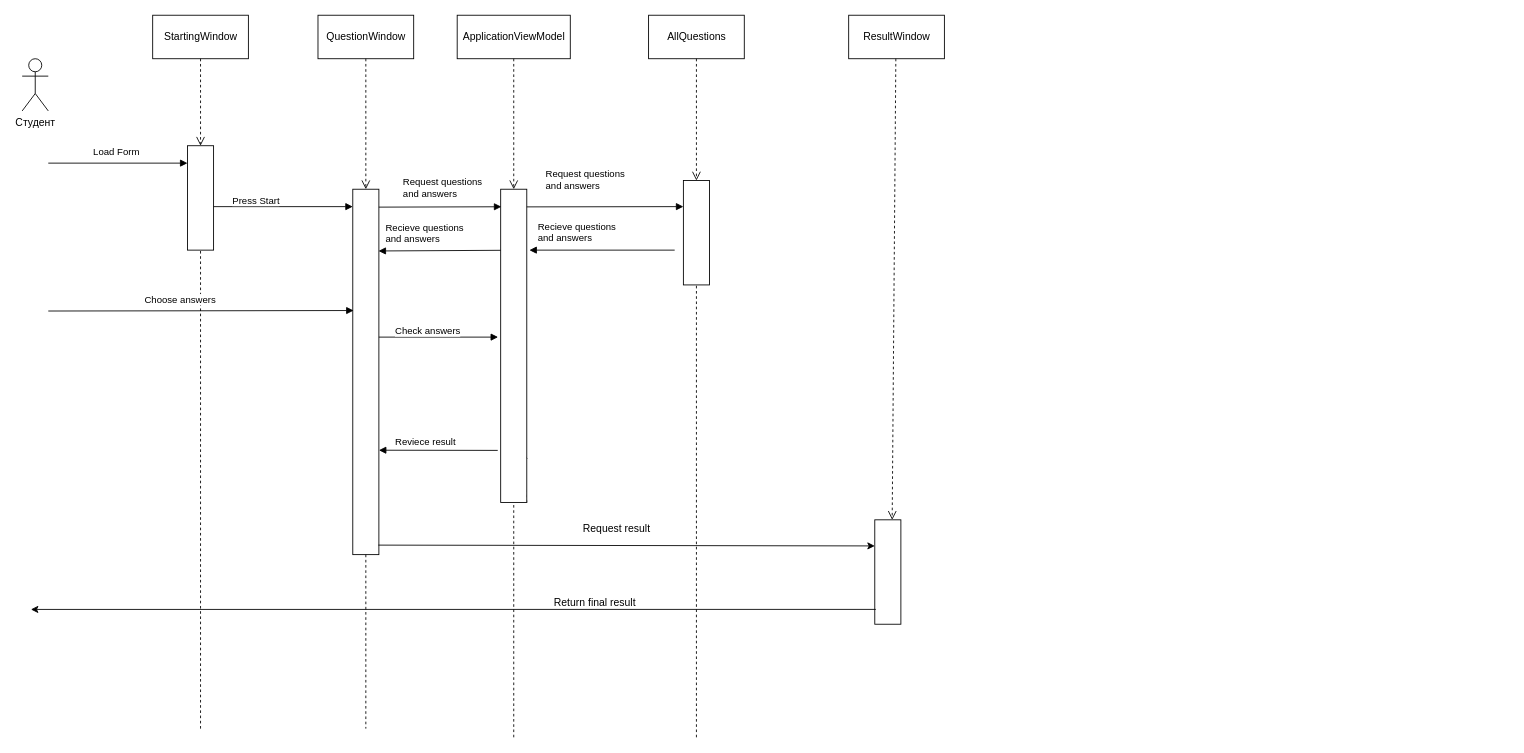
Earlier version of the draw.io diagram sequenceDiagramWPF.drawio (Vladoffz/MMTSD). Source tidied: cells renumbered, new cells numbered last; positions are measured from the earlier drawing's top-left corner, leaving out a move shared by most shapes. Both pictures are drawn from the tidied source at 87%, with x=0, y=0 at pixel (22, 15).
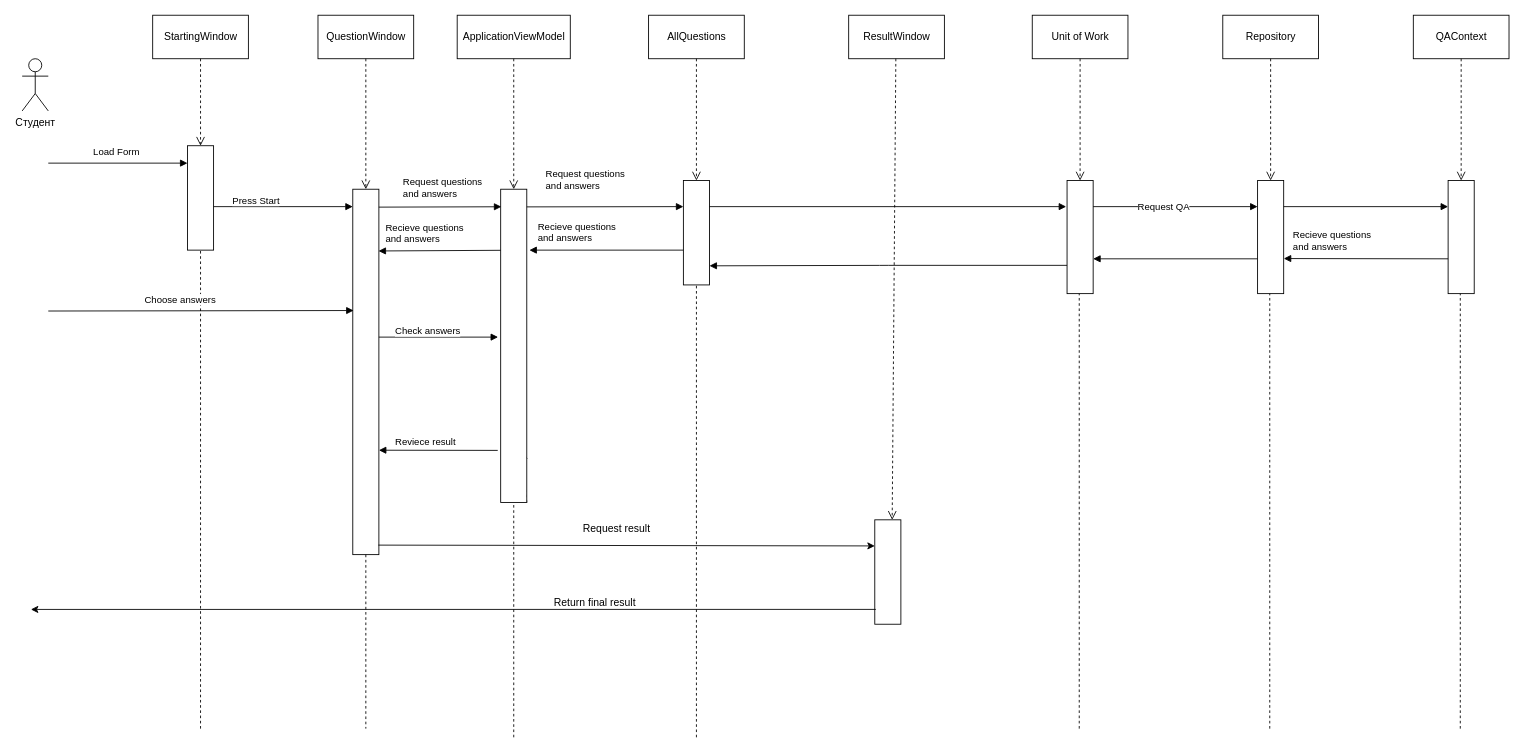
The same diagram, later.

The change refers to these unchanged cells:
```xml
<mxCell id="17" style="html=1;" parent="1" vertex="1">
  <mxGeometry x="760" y="190" width="30" height="120" as="geometry" />
</mxCell>
```

Change to the diagram source:
```diff
@@
     <mxCell id="25" value="Recieve questions&lt;br&gt;and answers" style="endArrow=block;endFill=1;html=1;align=left;verticalAlign=top;" parent="1" edge="1">
       <mxGeometry x="0.92" y="-40" relative="1" as="geometry">
-        <mxPoint x="750" y="270" as="sourcePoint" />
+        <mxPoint x="760" y="270" as="sourcePoint" />
         <mxPoint x="583" y="270" as="targetPoint" />
         <mxPoint x="1" as="offset" />
       </mxGeometry>
     </mxCell>
@@
+    <mxCell id="45" value="Unit of Work" style="html=1;" parent="1" vertex="1">
+      <mxGeometry x="1161" width="110" height="50" as="geometry" />
+    </mxCell>
+    <mxCell id="46" style="endArrow=block;endFill=1;html=1;edgeStyle=orthogonalEdgeStyle;align=left;verticalAlign=top;" parent="1" edge="1">
+      <mxGeometry x="-0.38" y="26" relative="1" as="geometry">
+        <mxPoint x="790" y="220" as="sourcePoint" />
+        <mxPoint x="1200" y="220" as="targetPoint" />
+      </mxGeometry>
+    </mxCell>
+    <mxCell id="47" style="html=1;align=left;verticalAlign=bottom;labelBackgroundColor=#ffffff;fontSize=10;" parent="46" vertex="1">
+      <mxGeometry x="-1" relative="1" as="geometry" />
+    </mxCell>
+    <mxCell id="48" style="html=1;" parent="1" vertex="1">
+      <mxGeometry x="1201" y="190" width="30" height="130" as="geometry" />
+    </mxCell>
+    <mxCell id="49" style="html=1;verticalAlign=bottom;endArrow=open;dashed=1;endSize=8;" parent="1" edge="1" source="45" target="48">
+      <mxGeometry relative="1" as="geometry" />
+    </mxCell>
+    <mxCell id="50" style="html=1;align=left;verticalAlign=bottom;labelBackgroundColor=#ffffff;fontSize=10;" parent="1" vertex="1">
+      <mxGeometry x="1233.3" y="169.1" as="geometry" />
+    </mxCell>
+    <mxCell id="51" value="Repository" style="html=1;" parent="1" vertex="1">
+      <mxGeometry x="1380" width="110" height="50" as="geometry" />
+    </mxCell>
+    <mxCell id="52" style="html=1;" parent="1" vertex="1">
+      <mxGeometry x="1420" y="190" width="30" height="130" as="geometry" />
+    </mxCell>
+    <mxCell id="53" style="html=1;verticalAlign=bottom;endArrow=open;dashed=1;endSize=8;" parent="1" edge="1" source="51" target="52">
+      <mxGeometry relative="1" as="geometry" />
+    </mxCell>
+    <mxCell id="54" style="html=1;align=left;verticalAlign=bottom;labelBackgroundColor=#ffffff;fontSize=10;" parent="1" vertex="1">
+      <mxGeometry x="1452.3" y="169.1" as="geometry" />
+    </mxCell>
+    <mxCell id="55" style="endArrow=block;endFill=1;html=1;edgeStyle=orthogonalEdgeStyle;align=left;verticalAlign=top;" parent="1" edge="1">
+      <mxGeometry x="-0.38" y="26" relative="1" as="geometry">
+        <mxPoint x="1231" y="220" as="sourcePoint" />
+        <mxPoint x="1420" y="220" as="targetPoint" />
+      </mxGeometry>
+    </mxCell>
+    <mxCell id="56" style="html=1;align=left;verticalAlign=bottom;labelBackgroundColor=#ffffff;fontSize=10;" parent="55" vertex="1">
+      <mxGeometry x="-1" relative="1" as="geometry" />
+    </mxCell>
+    <mxCell id="57" value="Request QA" style="edgeLabel;html=1;align=center;verticalAlign=middle;" parent="55" vertex="1">
+      <mxGeometry x="-0.15" y="1" relative="1" as="geometry" />
+    </mxCell>
+    <mxCell id="58" value="QAContext" style="html=1;" parent="1" vertex="1">
+      <mxGeometry x="1599" width="110" height="50" as="geometry" />
+    </mxCell>
+    <mxCell id="59" style="html=1;" parent="1" vertex="1">
+      <mxGeometry x="1639" y="190" width="30" height="130" as="geometry" />
+    </mxCell>
+    <mxCell id="60" style="html=1;verticalAlign=bottom;endArrow=open;dashed=1;endSize=8;" parent="1" edge="1" source="58" target="59">
+      <mxGeometry relative="1" as="geometry" />
+    </mxCell>
+    <mxCell id="61" style="html=1;align=left;verticalAlign=bottom;labelBackgroundColor=#ffffff;fontSize=10;" parent="1" vertex="1">
+      <mxGeometry x="1671.3" y="169.1" as="geometry" />
+    </mxCell>
+    <mxCell id="62" style="endArrow=block;endFill=1;html=1;edgeStyle=orthogonalEdgeStyle;align=left;verticalAlign=top;" parent="1" edge="1">
+      <mxGeometry x="-0.38" y="26" relative="1" as="geometry">
+        <mxPoint x="1450" y="220" as="sourcePoint" />
+        <mxPoint x="1639" y="220" as="targetPoint" />
+      </mxGeometry>
+    </mxCell>
+    <mxCell id="63" style="html=1;align=left;verticalAlign=bottom;labelBackgroundColor=#ffffff;fontSize=10;" parent="62" vertex="1">
+      <mxGeometry x="-1" relative="1" as="geometry" />
+    </mxCell>
+    <mxCell id="64" value="Recieve questions&lt;br&gt;and answers" style="endArrow=block;endFill=1;html=1;align=left;verticalAlign=top;entryX=1.003;entryY=0.69;entryDx=0;entryDy=0;entryPerimeter=0;" parent="1" edge="1" target="52">
+      <mxGeometry x="0.92" y="-40" relative="1" as="geometry">
+        <mxPoint x="1639" y="280" as="sourcePoint" />
+        <mxPoint x="1" as="offset" />
+      </mxGeometry>
+    </mxCell>
+    <mxCell id="65" style="html=1;align=left;verticalAlign=bottom;labelBackgroundColor=#ffffff;fontSize=10;" parent="64" vertex="1">
+      <mxGeometry x="-1" relative="1" as="geometry" />
+    </mxCell>
+    <mxCell id="66" style="endArrow=block;endFill=1;html=1;align=left;verticalAlign=top;entryX=1;entryY=0.25;entryDx=0;entryDy=0;" parent="1" edge="1">
+      <mxGeometry x="0.92" y="-40" relative="1" as="geometry">
+        <mxPoint x="1420" y="280" as="sourcePoint" />
+        <mxPoint x="1231" y="280" as="targetPoint" />
+        <mxPoint x="1" as="offset" />
+      </mxGeometry>
+    </mxCell>
+    <mxCell id="67" style="html=1;align=left;verticalAlign=bottom;labelBackgroundColor=#ffffff;fontSize=10;" parent="66" vertex="1">
+      <mxGeometry x="-1" relative="1" as="geometry" />
+    </mxCell>
+    <mxCell id="68" style="endArrow=block;endFill=1;html=1;edgeStyle=orthogonalEdgeStyle;align=left;verticalAlign=top;exitX=0;exitY=0.75;exitDx=0;exitDy=0;entryX=1;entryY=0.817;entryDx=0;entryDy=0;entryPerimeter=0;" parent="1" edge="1" source="48" target="17">
+      <mxGeometry x="-0.38" y="26" relative="1" as="geometry" />
+    </mxCell>
+    <mxCell id="69" style="html=1;align=left;verticalAlign=bottom;labelBackgroundColor=#ffffff;fontSize=10;" parent="68" vertex="1">
+      <mxGeometry x="-1" relative="1" as="geometry" />
+    </mxCell>
+    <mxCell id="70" style="endArrow=none;dashed=1;html=1;entryX=0.5;entryY=1;entryDx=0;entryDy=0;" parent="1" edge="1">
+      <mxGeometry relative="1" as="geometry">
+        <mxPoint x="1215" y="820" as="sourcePoint" />
+        <mxPoint x="1215" y="320" as="targetPoint" />
+      </mxGeometry>
+    </mxCell>
+    <mxCell id="71" style="endArrow=none;dashed=1;html=1;entryX=0.5;entryY=1;entryDx=0;entryDy=0;" parent="1" edge="1">
+      <mxGeometry relative="1" as="geometry">
+        <mxPoint x="1434" y="820" as="sourcePoint" />
+        <mxPoint x="1434" y="320" as="targetPoint" />
+      </mxGeometry>
+    </mxCell>
+    <mxCell id="72" style="endArrow=none;dashed=1;html=1;entryX=0.5;entryY=1;entryDx=0;entryDy=0;" parent="1" edge="1">
+      <mxGeometry relative="1" as="geometry">
+        <mxPoint x="1653" y="820" as="sourcePoint" />
+        <mxPoint x="1653" y="320" as="targetPoint" />
+      </mxGeometry>
+    </mxCell>
```
